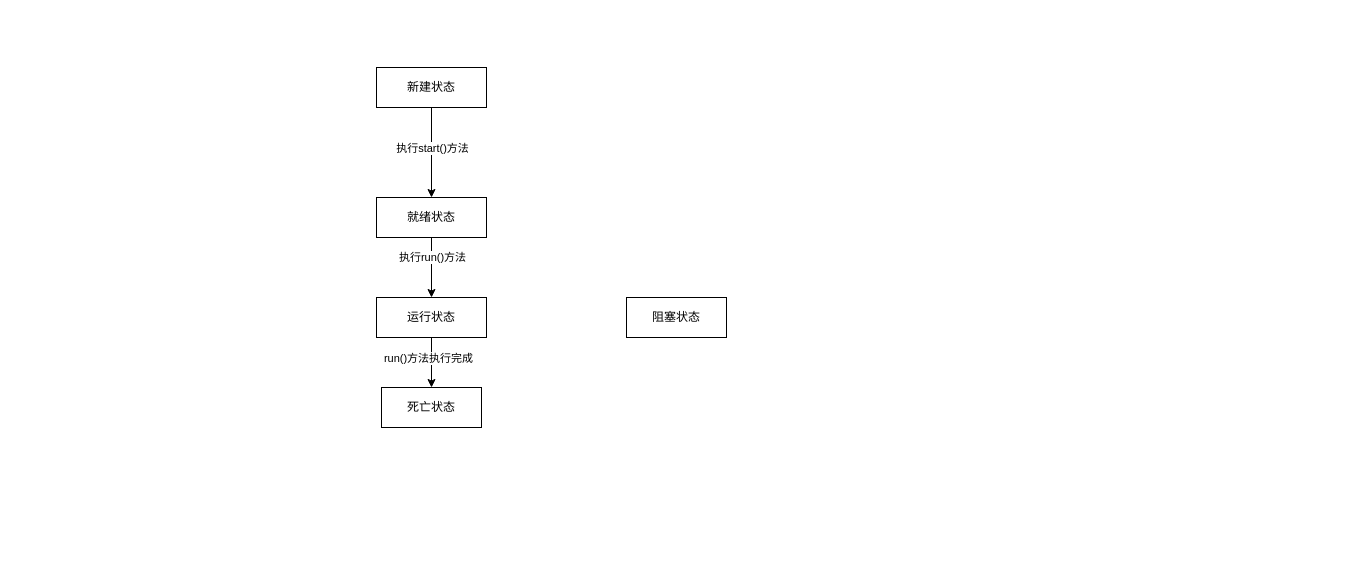
zzuklj/draw-io-respository keeps this draw.io diagram as page "thread-state" (1 of 2) of demo1/thread.drawio. Above is the earlier version. Source tidied: cells renumbered, new cells numbered last; positions are measured from the earlier drawing's top-left corner, leaving out a move shared by most shapes. Both pictures are drawn from the tidied source at 100%, with x=0, y=0 at pixel (376, 67).
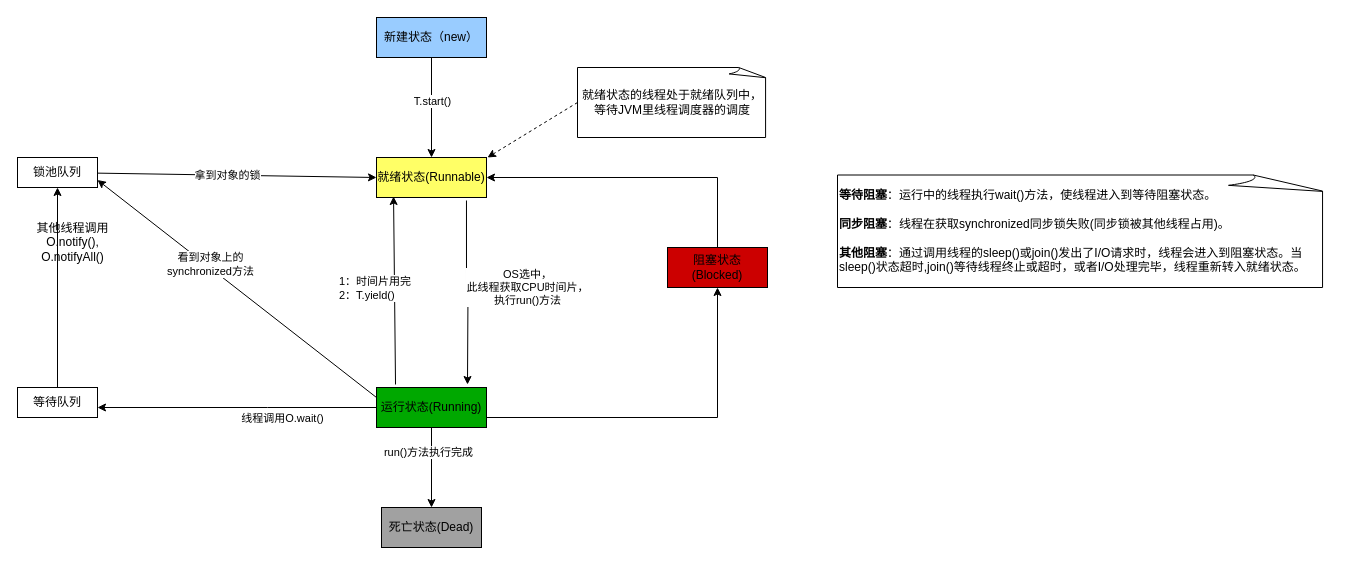
The same page after the edit.

The change refers to these unchanged cells:
```xml
<mxCell id="4" style="edgeStyle=orthogonalEdgeStyle;rounded=0;jettySize=auto;html=1;exitX=0.5;exitY=1;exitDx=0;exitDy=0;align=center;" parent="1" edge="1" source="6" target="9">
  <mxGeometry relative="1" as="geometry" />
</mxCell>
```

Change to the diagram source:
```diff
@@
+    <mxCell id="13" style="edgeStyle=orthogonalEdgeStyle;rounded=0;jettySize=auto;html=1;exitX=0.5;exitY=0;exitDx=0;exitDy=0;entryX=1;entryY=0.5;entryDx=0;entryDy=0;" parent="1" edge="1" source="2" target="9">
+      <mxGeometry relative="1" as="geometry" />
+    </mxCell>
-    <mxCell id="2" value="阻塞状态" style="rounded=0;whiteSpace=wrap;html=1;" parent="1" vertex="1">
-      <mxGeometry x="250" y="230" width="100" height="40" as="geometry" />
+    <mxCell id="2" value="阻塞状态(Blocked)" style="rounded=0;whiteSpace=wrap;html=1;fillColor=#CC0000;" parent="1" vertex="1">
+      <mxGeometry x="291" y="180" width="100" height="40" as="geometry" />
     </mxCell>
-    <mxCell id="3" value="死亡状态" style="rounded=0;whiteSpace=wrap;html=1;align=center;" parent="1" vertex="1">
-      <mxGeometry x="5" y="320" width="100" height="40" as="geometry" />
+    <mxCell id="3" value="死亡状态(Dead)" style="rounded=0;whiteSpace=wrap;html=1;align=center;fillColor=#A1A1A1;" parent="1" vertex="1">
+      <mxGeometry x="5" y="440" width="100" height="40" as="geometry" />
     </mxCell>
@@
-    <mxCell id="5" value="执行start()方法" style="edgeLabel;html=1;align=center;verticalAlign=middle;" parent="4" vertex="1">
+    <mxCell id="5" value="T.start()" style="edgeLabel;html=1;align=center;verticalAlign=middle;" parent="4" vertex="1">
       <mxGeometry x="-0.36" y="-3" relative="1" as="geometry">
         <mxPoint x="3" y="11" as="offset" />
       </mxGeometry>
     </mxCell>
-    <mxCell id="6" value="新建状态" style="rounded=0;whiteSpace=wrap;html=1;align=center;" parent="1" vertex="1">
-      <mxGeometry width="110" height="40" as="geometry" />
+    <mxCell id="6" value="新建状态（new）" style="rounded=0;whiteSpace=wrap;html=1;align=center;strokeColor=#000000;fillColor=#99CCFF;" parent="1" vertex="1">
+      <mxGeometry y="-50" width="110" height="40" as="geometry" />
     </mxCell>
-    <mxCell id="7" style="edgeStyle=orthogonalEdgeStyle;rounded=0;jettySize=auto;html=1;exitX=0.5;exitY=1;exitDx=0;exitDy=0;entryX=0.5;entryY=0;entryDx=0;entryDy=0;align=center;" parent="1" edge="1" source="9" target="12">
-      <mxGeometry relative="1" as="geometry" />
+    <mxCell id="7" style="edgeStyle=orthogonalEdgeStyle;rounded=0;jettySize=auto;html=1;align=center;exitX=0.818;exitY=1.075;exitDx=0;exitDy=0;exitPerimeter=0;" parent="1" edge="1" source="9">
+      <mxGeometry relative="1" as="geometry">
+        <mxPoint x="91" y="317" as="targetPoint" />
+      </mxGeometry>
     </mxCell>
-    <mxCell id="8" value="执行run()方法" style="edgeLabel;html=1;align=center;verticalAlign=middle;" parent="7" vertex="1">
-      <mxGeometry x="-0.37" relative="1" as="geometry" />
+    <mxCell id="8" value="OS选中，&lt;br&gt;此线程获取CPU时间片，&lt;br&gt;执行run()方法" style="edgeLabel;html=1;align=center;verticalAlign=middle;" parent="7" vertex="1">
+      <mxGeometry x="-0.37" relative="1" as="geometry">
+        <mxPoint x="61" y="29" as="offset" />
+      </mxGeometry>
     </mxCell>
-    <mxCell id="9" value="就绪状态" style="rounded=0;whiteSpace=wrap;html=1;align=center;" parent="1" vertex="1">
-      <mxGeometry y="130" width="110" height="40" as="geometry" />
+    <mxCell id="9" value="就绪状态(Runnable)" style="rounded=0;whiteSpace=wrap;html=1;align=center;fillColor=#FFFF66;" parent="1" vertex="1">
+      <mxGeometry y="90" width="110" height="40" as="geometry" />
     </mxCell>
@@
+    <mxCell id="14" style="edgeStyle=orthogonalEdgeStyle;rounded=0;jettySize=auto;html=1;exitX=1;exitY=0.75;exitDx=0;exitDy=0;entryX=0.5;entryY=1;entryDx=0;entryDy=0;" parent="1" edge="1" source="12" target="2">
+      <mxGeometry relative="1" as="geometry" />
+    </mxCell>
+    <mxCell id="15" style="edgeStyle=orthogonalEdgeStyle;rounded=0;jettySize=auto;html=1;" parent="1" edge="1" source="12" target="25">
+      <mxGeometry relative="1" as="geometry">
+        <Array as="points">
+          <mxPoint x="-109" y="340" />
+          <mxPoint x="-109" y="340" />
+        </Array>
+      </mxGeometry>
+    </mxCell>
+    <mxCell id="16" value="线程调用O.wait()" style="edgeLabel;html=1;align=center;verticalAlign=middle;" parent="15" vertex="1">
+      <mxGeometry x="-0.74" y="-1" relative="1" as="geometry">
+        <mxPoint x="-59" y="11" as="offset" />
+      </mxGeometry>
+    </mxCell>
+    <mxCell id="17" style="rounded=0;jettySize=auto;html=1;entryX=1;entryY=0.75;entryDx=0;entryDy=0;exitX=0;exitY=0.25;exitDx=0;exitDy=0;" parent="1" edge="1" source="12" target="28">
+      <mxGeometry relative="1" as="geometry" />
+    </mxCell>
+    <mxCell id="18" value="看到对象上的&lt;br&gt;synchronized方法" style="edgeLabel;html=1;align=center;verticalAlign=middle;" parent="17" vertex="1">
+      <mxGeometry x="0.49" relative="1" as="geometry">
+        <mxPoint x="42" y="29" as="offset" />
+      </mxGeometry>
+    </mxCell>
+    <mxCell id="19" style="edgeStyle=none;rounded=0;jettySize=auto;html=1;entryX=0.155;entryY=0.975;entryDx=0;entryDy=0;entryPerimeter=0;exitX=0.173;exitY=-0.075;exitDx=0;exitDy=0;exitPerimeter=0;" parent="1" edge="1" source="12" target="9">
+      <mxGeometry relative="1" as="geometry" />
+    </mxCell>
+    <mxCell id="20" value="&lt;div align=&quot;left&quot;&gt;1：时间片用完&lt;br&gt;2：T.yield()&lt;/div&gt;" style="edgeLabel;html=1;align=left;verticalAlign=middle;" parent="19" vertex="1">
+      <mxGeometry x="0.36" relative="1" as="geometry">
+        <mxPoint x="-57" y="31" as="offset" />
+      </mxGeometry>
+    </mxCell>
-    <mxCell id="12" value="运行状态" style="rounded=0;whiteSpace=wrap;html=1;align=center;" parent="1" vertex="1">
-      <mxGeometry y="230" width="110" height="40" as="geometry" />
+    <mxCell id="12" value="运行状态(Running)" style="rounded=0;whiteSpace=wrap;html=1;align=center;fillColor=#00A800;" parent="1" vertex="1">
+      <mxGeometry y="320" width="110" height="40" as="geometry" />
     </mxCell>
+    <mxCell id="21" value="就绪状态的线程处于就绪队列中，等待JVM里线程调度器的调度" style="whiteSpace=wrap;html=1;shape=mxgraph.basic.document;" parent="1" vertex="1">
+      <mxGeometry x="201" width="190" height="70" as="geometry" />
+    </mxCell>
+    <mxCell id="22" style="endArrow=classic;html=1;rounded=0;exitX=0;exitY=0.5;exitDx=0;exitDy=0;exitPerimeter=0;dashed=1;" parent="1" edge="1" source="21">
+      <mxGeometry relative="1" as="geometry">
+        <mxPoint x="111" y="90" as="targetPoint" />
+      </mxGeometry>
+    </mxCell>
+    <mxCell id="23" value="&lt;div align=&quot;left&quot;&gt;&lt;b&gt;等待阻塞&lt;/b&gt;：运行中的线程执行wait()方法，使线程进入到等待阻塞状态。&lt;br&gt;&lt;br&gt;&lt;/div&gt;&lt;div align=&quot;left&quot;&gt;&lt;b&gt;同步阻塞&lt;/b&gt;：线程在获取synchronized同步锁失败(同步锁被其他线程占用)。&lt;br&gt;&lt;br&gt;&lt;/div&gt;&lt;div align=&quot;left&quot;&gt;&lt;b&gt;其他阻塞&lt;/b&gt;：通过调用线程的sleep()或join()发出了I/O请求时，线程会进入到阻塞状态。当sleep()状态超时,join()等待线程终止或超时，或者I/O处理完毕，线程重新转入就绪状态。&lt;br&gt;&lt;/div&gt;" style="whiteSpace=wrap;html=1;shape=mxgraph.basic.document;align=left;" parent="1" vertex="1">
+      <mxGeometry x="461" y="107.5" width="490" height="112.5" as="geometry" />
+    </mxCell>
+    <mxCell id="24" style="edgeStyle=orthogonalEdgeStyle;rounded=0;jettySize=auto;html=1;exitX=0.5;exitY=0;exitDx=0;exitDy=0;entryX=0.5;entryY=1;entryDx=0;entryDy=0;" parent="1" edge="1" source="25" target="28">
+      <mxGeometry relative="1" as="geometry" />
+    </mxCell>
+    <mxCell id="25" value="等待队列" style="rounded=0;whiteSpace=wrap;html=1;strokeColor=#000000;fillColor=#FFFFFF;" parent="1" vertex="1">
+      <mxGeometry x="-359" y="320" width="80" height="30" as="geometry" />
+    </mxCell>
+    <mxCell id="26" style="edgeStyle=none;rounded=0;jettySize=auto;html=1;entryX=0;entryY=0.5;entryDx=0;entryDy=0;" parent="1" edge="1" source="28" target="9">
+      <mxGeometry relative="1" as="geometry" />
+    </mxCell>
+    <mxCell id="27" value="拿到对象的锁" style="edgeLabel;html=1;align=center;verticalAlign=middle;" parent="26" vertex="1">
+      <mxGeometry x="-0.25" y="1" relative="1" as="geometry">
+        <mxPoint x="24" y="1" as="offset" />
+      </mxGeometry>
+    </mxCell>
+    <mxCell id="28" value="锁池队列" style="rounded=0;whiteSpace=wrap;html=1;strokeColor=#000000;fillColor=#FFFFFF;" parent="1" vertex="1">
+      <mxGeometry x="-359" y="90" width="80" height="30" as="geometry" />
+    </mxCell>
+    <mxCell id="29" value="其他线程调用&lt;br&gt;O.notify(),&lt;br&gt;O.notifyAll()" style="text;html=1;align=center;verticalAlign=middle;strokeColor=none;fillColor=none;" parent="1" vertex="1">
+      <mxGeometry x="-349" y="150" width="90" height="50" as="geometry" />
+    </mxCell>
```
